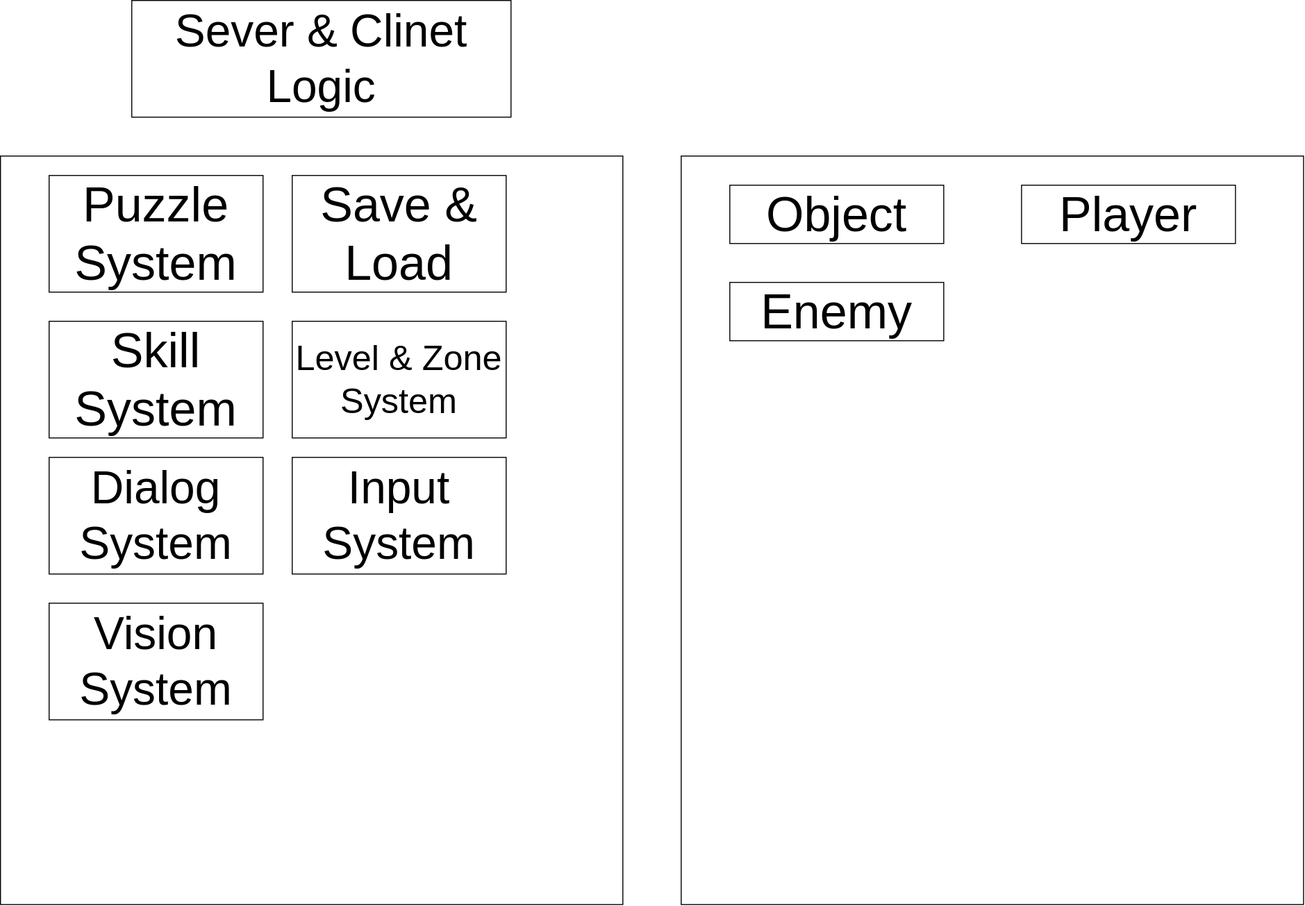
This is System Diagram.drawio.svg from ihaha424/TP, a draw.io export, as it was before one commit. Source tidied: cells renumbered, new cells last; positions are measured from the earlier drawing's top-left corner, leaving out a move shared by most shapes.
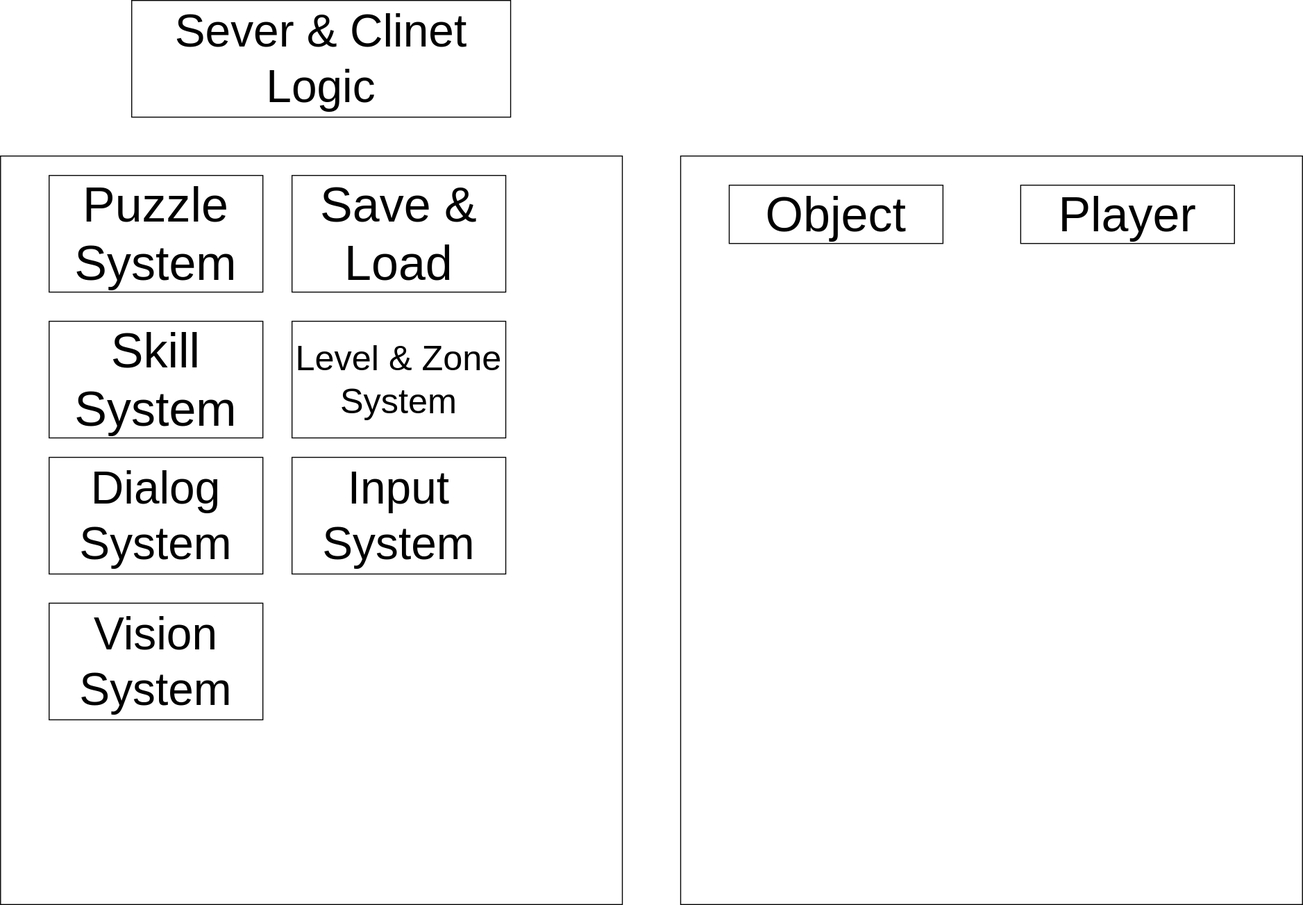
After the commit.

Change to the diagram source:
```diff
@@ -29,9 +29,6 @@
     <mxCell id="10" value="&lt;span style=&quot;font-size: 50px;&quot;&gt;Player&lt;/span&gt;" style="rounded=0;whiteSpace=wrap;html=1;" parent="1" vertex="1">
       <mxGeometry x="1050" y="190" width="220" height="60" as="geometry" />
     </mxCell>
-    <mxCell id="11" value="&lt;span style=&quot;font-size: 50px;&quot;&gt;Enemy&lt;/span&gt;" style="rounded=0;whiteSpace=wrap;html=1;" parent="1" vertex="1">
-      <mxGeometry x="750" y="290" width="220" height="60" as="geometry" />
-    </mxCell>
     <mxCell id="12" value="&lt;span style=&quot;font-size: 47px;&quot;&gt;Sever &amp;amp; Clinet Logic&lt;/span&gt;" style="rounded=0;whiteSpace=wrap;html=1;" parent="1" vertex="1">
       <mxGeometry x="135" width="390" height="120" as="geometry" />
     </mxCell>
```
